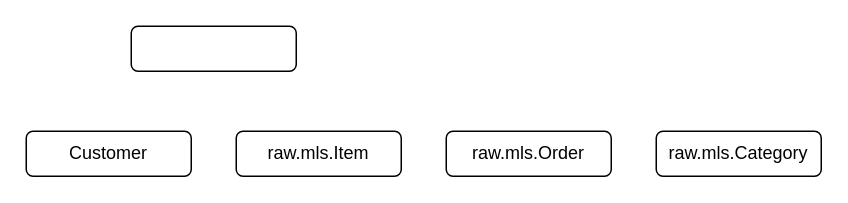
MelanieP20/PASSOS_MLC keeps this draw.io diagram as Diagrama sem nome.drawio. Above is the earlier version. Source tidied: cells renumbered, new cells numbered last; positions are measured from the earlier drawing's top-left corner, leaving out a move shared by most shapes. Both pictures are drawn from the tidied source at 150%, with x=0, y=0 at pixel (26, 26).
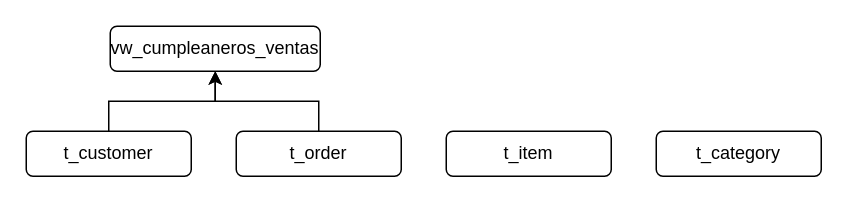
Above is the later version.

Change to the diagram source:
```diff
@@
 <mxGraphModel>
   <root>
     <mxCell id="0" />
     <mxCell id="1" parent="0" />
-    <mxCell id="2" value="raw.mls.Category" style="rounded=1;whiteSpace=wrap;html=1;" parent="1" vertex="1">
+    <mxCell id="2" value="t_category" style="rounded=1;whiteSpace=wrap;html=1;" parent="1" vertex="1">
       <mxGeometry x="420" y="70" width="110" height="30" as="geometry" />
     </mxCell>
+    <mxCell id="7" style="edgeStyle=orthogonalEdgeStyle;rounded=0;jettySize=auto;html=1;" parent="1" edge="1" source="3" target="6">
+      <mxGeometry relative="1" as="geometry" />
+    </mxCell>
-    <mxCell id="3" value="raw.mls.Order" style="rounded=1;whiteSpace=wrap;html=1;" parent="1" vertex="1">
-      <mxGeometry x="280" y="70" width="110" height="30" as="geometry" />
+    <mxCell id="3" value="t_order" style="rounded=1;whiteSpace=wrap;html=1;" parent="1" vertex="1">
+      <mxGeometry x="140" y="70" width="110" height="30" as="geometry" />
     </mxCell>
-    <mxCell id="4" value="raw.mls.Item" style="rounded=1;whiteSpace=wrap;html=1;" parent="1" vertex="1">
-      <mxGeometry x="140" y="70" width="110" height="30" as="geometry" />
+    <mxCell id="4" value="t_item" style="rounded=1;whiteSpace=wrap;html=1;" parent="1" vertex="1">
+      <mxGeometry x="280" y="70" width="110" height="30" as="geometry" />
     </mxCell>
+    <mxCell id="8" style="edgeStyle=orthogonalEdgeStyle;rounded=0;jettySize=auto;html=1;" parent="1" edge="1" source="5" target="6">
+      <mxGeometry relative="1" as="geometry" />
+    </mxCell>
-    <mxCell id="5" value="Customer" style="rounded=1;whiteSpace=wrap;html=1;" parent="1" vertex="1">
+    <mxCell id="5" value="t_customer" style="rounded=1;whiteSpace=wrap;html=1;" parent="1" vertex="1">
       <mxGeometry y="70" width="110" height="30" as="geometry" />
     </mxCell>
-    <mxCell id="6" style="rounded=1;whiteSpace=wrap;html=1;" parent="1" vertex="1">
-      <mxGeometry x="70" width="110" height="30" as="geometry" />
+    <mxCell id="6" value="vw_cumpleaneros_ventas" style="rounded=1;whiteSpace=wrap;html=1;" parent="1" vertex="1">
+      <mxGeometry x="56" width="140" height="30" as="geometry" />
     </mxCell>
   </root>
 </mxGraphModel>
```
